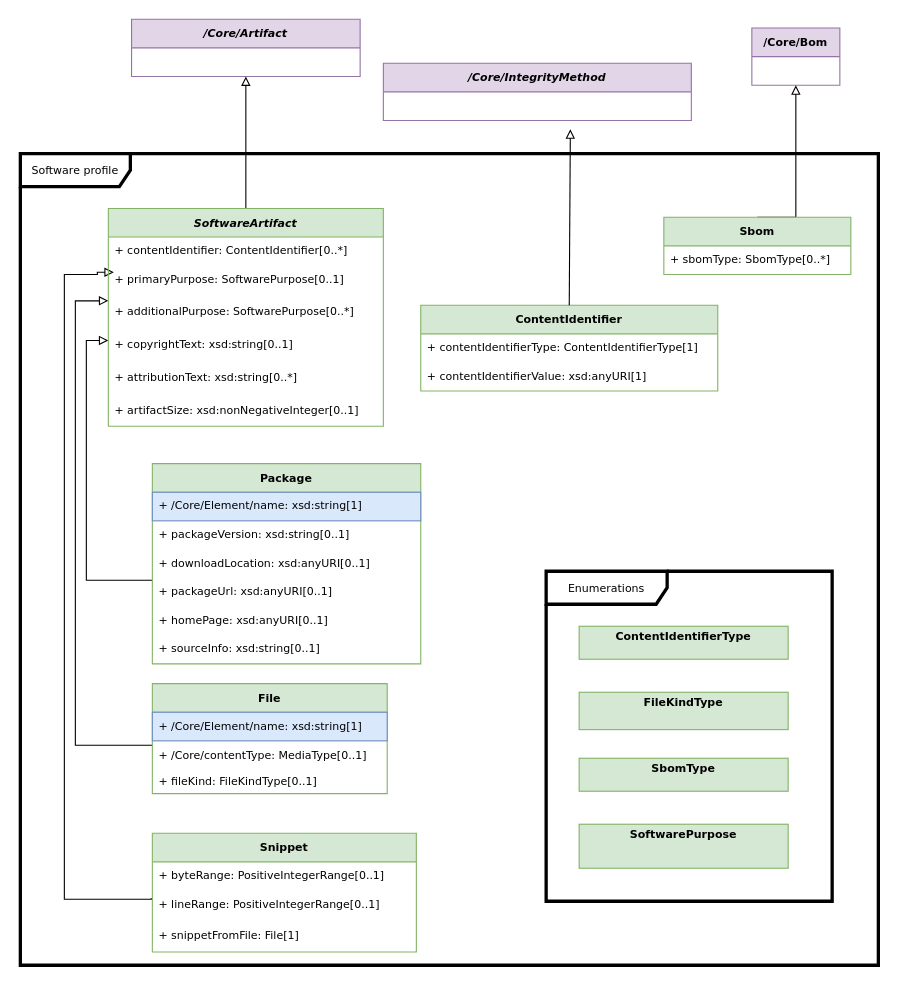
Above: page "Software" (2 of 13) of docs/model.drawio in spdx/spdx-3-model (draw.io), before the change. Source tidied: cells renumbered, new cells numbered last; positions are measured from the earlier drawing's top-left corner, leaving out a move shared by most shapes. Both pictures are drawn from the tidied source at 110%, with x=0, y=0 at pixel (20, 19).
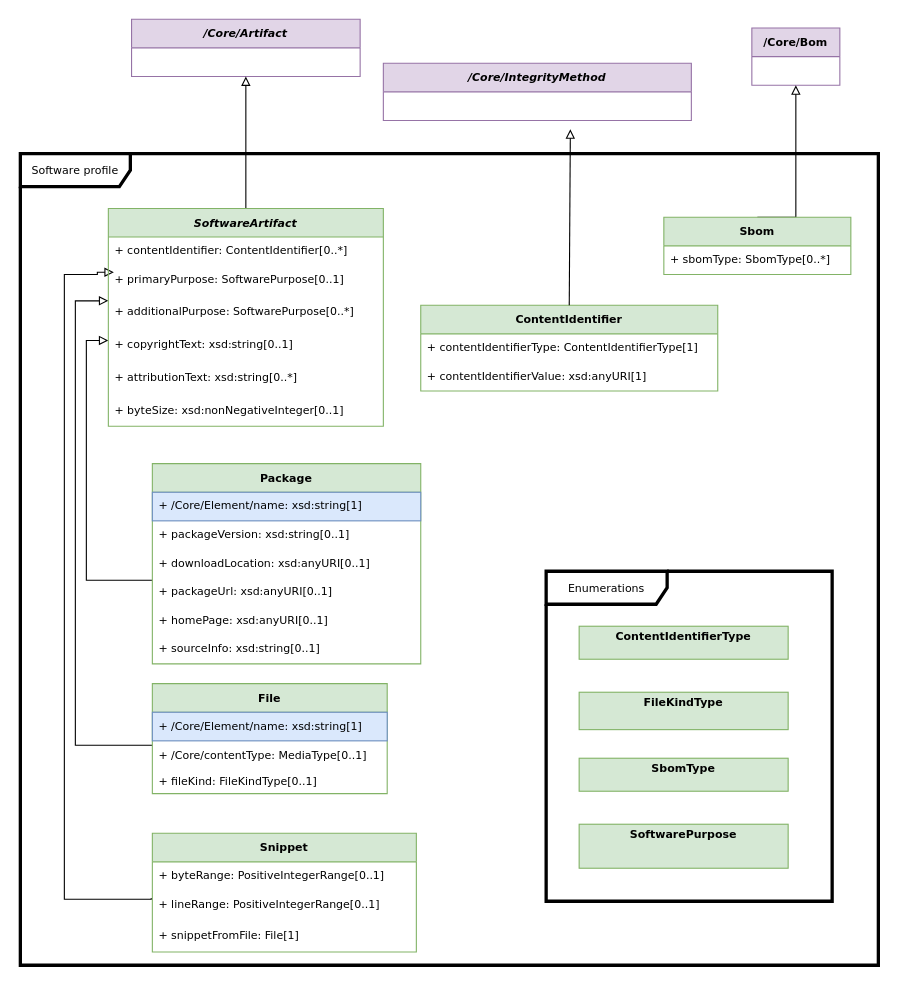
The same diagram, later.

Commit message (it also covers changes not shown here):
Use byteSize in CHANGELOG, drawio and validation example

The model property is /Software/byteSize, but the CHANGELOG, the
model diagram and the JSON validation example still used the earlier
name artifactSize.

Unchanged cells that the change refers to:
```xml
<mxCell id="29" value="SoftwareArtifact" style="swimlane;fontStyle=3;horizontal=1;startSize=26;fillColor=#d5e8d4;whiteSpace=wrap;html=1;strokeColor=#82b366;fontFamily=Verdana;fontSize=10;" parent="1" vertex="1">
  <mxGeometry x="80" y="172" width="250" height="198" as="geometry" />
</mxCell>
```

The edit, as a diff of the source:
```diff
@@
-    <mxCell id="35" value="+&amp;nbsp;artifactSize: xsd:nonNegativeInteger[0..1]" style="text;strokeColor=none;fillColor=none;align=left;verticalAlign=middle;spacingLeft=4;spacingRight=4;overflow=hidden;whiteSpace=wrap;html=1;fontFamily=Verdana;fontSize=10;" parent="29" vertex="1">
+    <mxCell id="35" value="+&amp;nbsp;byteSize: xsd:nonNegativeInteger[0..1]" style="text;strokeColor=none;fillColor=none;align=left;verticalAlign=middle;spacingLeft=4;spacingRight=4;overflow=hidden;whiteSpace=wrap;html=1;fontFamily=Verdana;fontSize=10;" parent="29" vertex="1">
       <mxGeometry y="168" width="250" height="30" as="geometry" />
     </mxCell>
```
